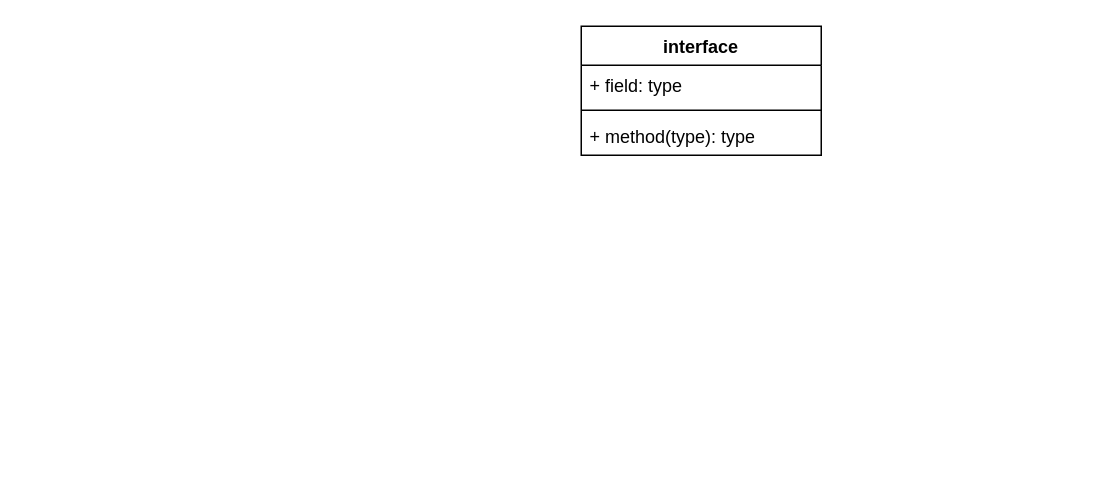
This is DrawIOFile/未命名绘图.drawio from Hoemu/Drawio_store, a draw.io file, before an edit. Source tidied: cells renumbered, new cells numbered last; positions are measured from the earlier drawing's top-left corner, leaving out a move shared by most shapes. Both pictures are drawn from the tidied source at 150%, with x=0, y=0 at pixel (580, 26).
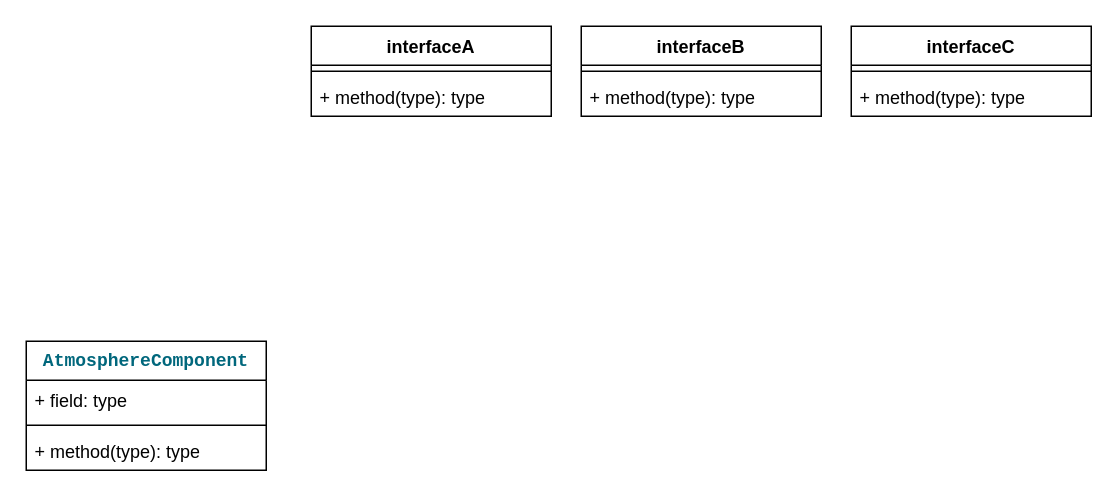
Above is the later version.

Commit message (it also covers changes not shown here):
更新未命名绘图.drawio

Diff of the diagram source:
```diff
@@
 <mxGraphModel>
   <root>
     <mxCell id="0" />
     <mxCell id="1" parent="0" />
-    <mxCell id="2" value="interface" style="swimlane;fontStyle=1;align=center;verticalAlign=top;horizontal=1;startSize=26;whiteSpace=wrap;html=1;" parent="1" vertex="1">
-      <mxGeometry width="160" height="86" as="geometry" />
+    <mxCell id="2" value="interfaceB" style="swimlane;fontStyle=1;align=center;verticalAlign=top;horizontal=1;startSize=26;whiteSpace=wrap;html=1;" parent="1" vertex="1">
+      <mxGeometry width="160" height="60" as="geometry" />
     </mxCell>
-    <mxCell id="3" value="+ field: type" style="text;strokeColor=none;fillColor=none;align=left;verticalAlign=top;spacingLeft=4;spacingRight=4;overflow=hidden;whiteSpace=wrap;html=1;" parent="2" vertex="1">
-      <mxGeometry y="26" width="160" height="26" as="geometry" />
-    </mxCell>
     <mxCell id="4" style="line;strokeWidth=1;fillColor=none;align=left;verticalAlign=middle;spacingTop=-1;spacingLeft=3;spacingRight=3;labelPosition=right;strokeColor=inherit;" parent="2" vertex="1">
-      <mxGeometry y="52" width="160" height="8" as="geometry" />
+      <mxGeometry y="26" width="160" height="8" as="geometry" />
     </mxCell>
     <mxCell id="5" value="+ method(type): type" style="text;strokeColor=none;fillColor=none;align=left;verticalAlign=top;spacingLeft=4;spacingRight=4;overflow=hidden;whiteSpace=wrap;html=1;" parent="2" vertex="1">
-      <mxGeometry y="60" width="160" height="26" as="geometry" />
+      <mxGeometry y="34" width="160" height="26" as="geometry" />
     </mxCell>
+    <mxCell id="6" value="interfaceC" style="swimlane;fontStyle=1;align=center;verticalAlign=top;horizontal=1;startSize=26;whiteSpace=wrap;html=1;" parent="1" vertex="1">
+      <mxGeometry x="180" width="160" height="60" as="geometry" />
+    </mxCell>
+    <mxCell id="7" style="line;strokeWidth=1;fillColor=none;align=left;verticalAlign=middle;spacingTop=-1;spacingLeft=3;spacingRight=3;labelPosition=right;strokeColor=inherit;" parent="6" vertex="1">
+      <mxGeometry y="26" width="160" height="8" as="geometry" />
+    </mxCell>
+    <mxCell id="8" value="+ method(type): type" style="text;strokeColor=none;fillColor=none;align=left;verticalAlign=top;spacingLeft=4;spacingRight=4;overflow=hidden;whiteSpace=wrap;html=1;" parent="6" vertex="1">
+      <mxGeometry y="34" width="160" height="26" as="geometry" />
+    </mxCell>
+    <mxCell id="9" value="interfaceA" style="swimlane;fontStyle=1;align=center;verticalAlign=top;horizontal=1;startSize=26;whiteSpace=wrap;html=1;" parent="1" vertex="1">
+      <mxGeometry x="-180" width="160" height="60" as="geometry" />
+    </mxCell>
+    <mxCell id="10" style="line;strokeWidth=1;fillColor=none;align=left;verticalAlign=middle;spacingTop=-1;spacingLeft=3;spacingRight=3;labelPosition=right;strokeColor=inherit;" parent="9" vertex="1">
+      <mxGeometry y="26" width="160" height="8" as="geometry" />
+    </mxCell>
+    <mxCell id="11" value="+ method(type): type" style="text;strokeColor=none;fillColor=none;align=left;verticalAlign=top;spacingLeft=4;spacingRight=4;overflow=hidden;whiteSpace=wrap;html=1;" parent="9" vertex="1">
+      <mxGeometry y="34" width="160" height="26" as="geometry" />
+    </mxCell>
+    <mxCell id="12" value="&lt;pre style=&quot;margin-top: 0px; margin-bottom: 0px;&quot;&gt;&lt;span style=&quot;color: rgb(0, 103, 124);&quot;&gt;AtmosphereComponent&lt;/span&gt;&lt;/pre&gt;" style="swimlane;fontStyle=1;align=center;verticalAlign=top;horizontal=1;startSize=26;whiteSpace=wrap;html=1;" parent="1" vertex="1">
+      <mxGeometry x="-370" y="210" width="160" height="86" as="geometry" />
+    </mxCell>
+    <mxCell id="3" value="+ field: type" style="text;strokeColor=none;fillColor=none;align=left;verticalAlign=top;spacingLeft=4;spacingRight=4;overflow=hidden;whiteSpace=wrap;html=1;" parent="12" vertex="1">
+      <mxGeometry y="26" width="160" height="26" as="geometry" />
+    </mxCell>
+    <mxCell id="13" style="line;strokeWidth=1;fillColor=none;align=left;verticalAlign=middle;spacingTop=-1;spacingLeft=3;spacingRight=3;labelPosition=right;strokeColor=inherit;" parent="12" vertex="1">
+      <mxGeometry y="52" width="160" height="8" as="geometry" />
+    </mxCell>
+    <mxCell id="14" value="+ method(type): type" style="text;strokeColor=none;fillColor=none;align=left;verticalAlign=top;spacingLeft=4;spacingRight=4;overflow=hidden;whiteSpace=wrap;html=1;" parent="12" vertex="1">
+      <mxGeometry y="60" width="160" height="26" as="geometry" />
+    </mxCell>
   </root>
 </mxGraphModel>
```
